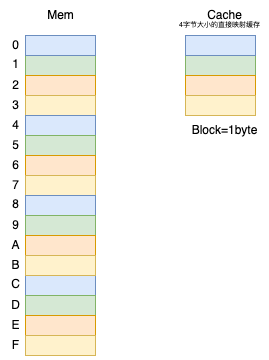
This is cache1.png from zhaole0606/pic, a draw.io export, as it was before one commit. Source tidied: cells renumbered, new cells last; positions are measured from the earlier drawing's top-left corner, leaving out a move shared by most shapes.
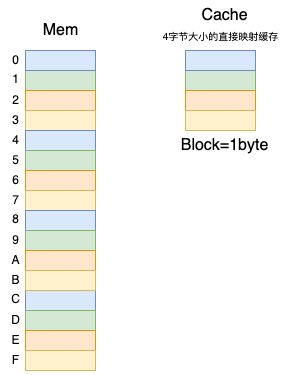
Above is the later version.

Diff of the diagram source:
```diff
@@ -110,17 +110,17 @@
     <mxCell id="37" style="rounded=0;whiteSpace=wrap;html=1;fillColor=#dae8fc;strokeColor=#6c8ebf;" parent="1" vertex="1">
       <mxGeometry x="185" y="35" width="70" height="20" as="geometry" />
     </mxCell>
-    <mxCell id="38" value="Mem" style="text;html=1;align=center;verticalAlign=middle;strokeColor=none;fillColor=none;" parent="1" vertex="1">
-      <mxGeometry x="35" width="50" height="30" as="geometry" />
+    <mxCell id="38" value="Mem" style="text;html=1;align=center;verticalAlign=middle;strokeColor=none;fillColor=none;fontSize=16;" parent="1" vertex="1">
+      <mxGeometry x="30" width="60" height="30" as="geometry" />
     </mxCell>
-    <mxCell id="39" value="Cache" style="text;html=1;align=center;verticalAlign=middle;strokeColor=none;fillColor=none;" parent="1" vertex="1">
-      <mxGeometry x="194" width="60" height="30" as="geometry" />
+    <mxCell id="39" value="Cache" style="text;html=1;align=center;verticalAlign=middle;strokeColor=none;fillColor=none;fontSize=16;" parent="1" vertex="1">
+      <mxGeometry x="189" y="-15" width="70" height="30" as="geometry" />
     </mxCell>
-    <mxCell id="40" value="Block=1byte" style="text;html=1;align=center;verticalAlign=middle;strokeColor=none;fillColor=none;" parent="1" vertex="1">
-      <mxGeometry x="179" y="115" width="90" height="30" as="geometry" />
+    <mxCell id="40" value="Block=1byte" style="text;html=1;align=center;verticalAlign=middle;strokeColor=none;fillColor=none;fontSize=16;" parent="1" vertex="1">
+      <mxGeometry x="169" y="115" width="110" height="30" as="geometry" />
     </mxCell>
-    <mxCell id="41" value="4字节大小的直接映射缓存" style="text;html=1;align=center;verticalAlign=middle;strokeColor=none;fillColor=none;fontSize=7;" parent="1" vertex="1">
-      <mxGeometry x="169" y="15" width="100" height="20" as="geometry" />
+    <mxCell id="41" value="4字节大小的直接映射缓存" style="text;html=1;align=center;verticalAlign=middle;strokeColor=none;fillColor=none;fontSize=10;" parent="1" vertex="1">
+      <mxGeometry x="150" y="5" width="140" height="30" as="geometry" />
     </mxCell>
   </root>
 </mxGraphModel>
```
